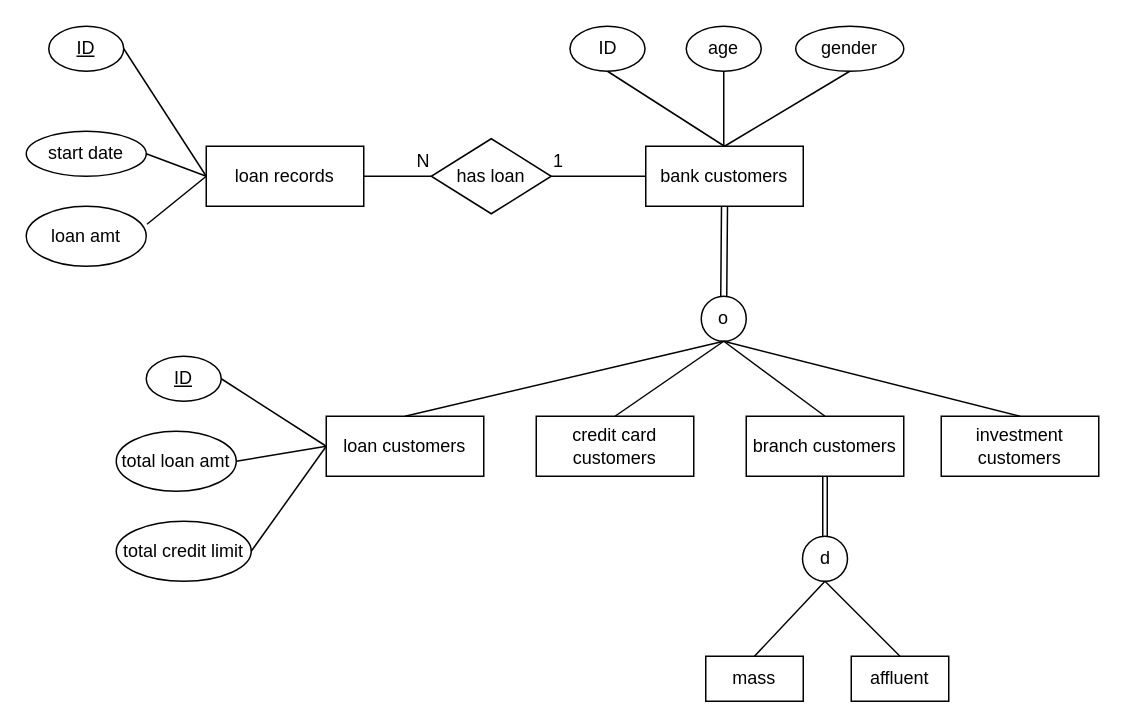
This is Homeworks/hw1.drawio from qqaazz800624/2023_Database_Systems_SQLtoNoSQL, a draw.io file, before an edit. Source tidied: cells renumbered, new cells numbered last; positions are measured from the earlier drawing's top-left corner, leaving out a move shared by most shapes. Both pictures are drawn from the tidied source at 150%, with x=0, y=0 at pixel (26, 26).
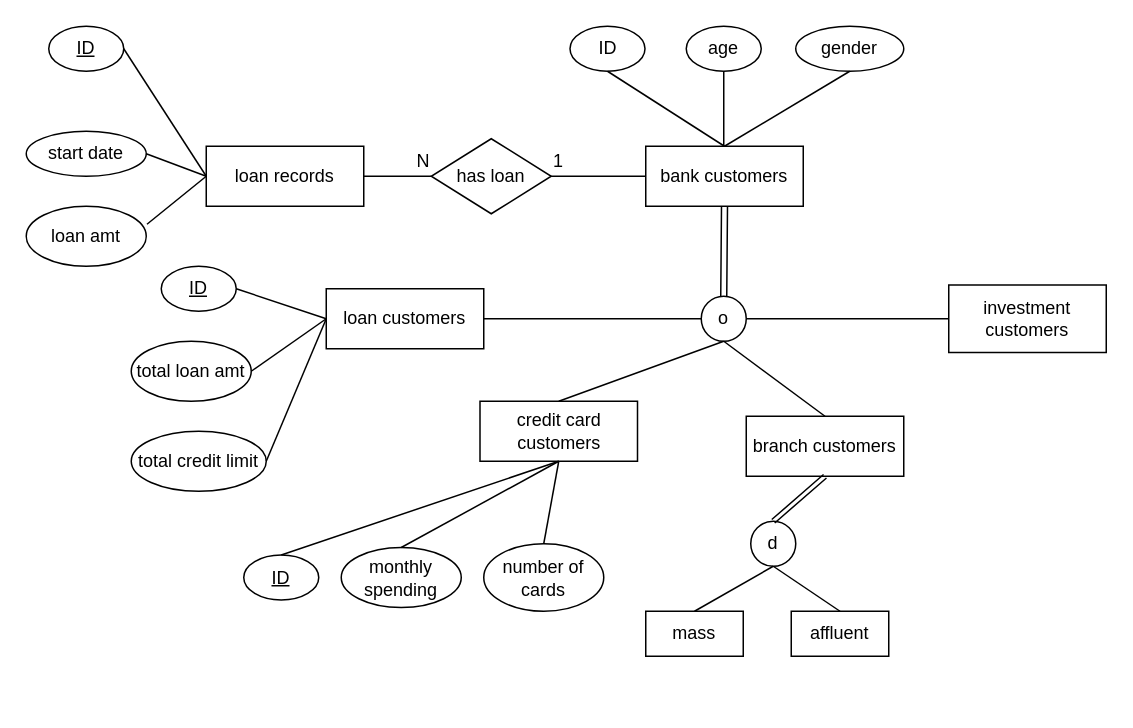
The same page after the edit.

The change refers to these unchanged cells:
```xml
<mxCell id="6" value="o" style="ellipse;whiteSpace=wrap;html=1;" parent="1" vertex="1">
  <mxGeometry x="450" y="180" width="30" height="30" as="geometry" />
</mxCell>
```

The edit, as a diff of the source:
```diff
@@
     <mxCell id="3" value="credit card customers" style="rounded=0;whiteSpace=wrap;html=1;" parent="1" vertex="1">
-      <mxGeometry x="340" y="260" width="105" height="40" as="geometry" />
+      <mxGeometry x="302.5" y="250" width="105" height="40" as="geometry" />
     </mxCell>
@@
     <mxCell id="5" value="investment customers" style="rounded=0;whiteSpace=wrap;html=1;" parent="1" vertex="1">
-      <mxGeometry x="610" y="260" width="105" height="40" as="geometry" />
+      <mxGeometry x="615" y="172.5" width="105" height="45" as="geometry" />
     </mxCell>
@@
-    <mxCell id="7" style="endArrow=none;html=1;rounded=0;exitX=0.5;exitY=0;exitDx=0;exitDy=0;entryX=0.5;entryY=1;entryDx=0;entryDy=0;" parent="1" edge="1" source="25" target="6">
+    <mxCell id="7" style="endArrow=none;html=1;rounded=0;entryX=0;entryY=0.5;entryDx=0;entryDy=0;exitX=1;exitY=0.5;exitDx=0;exitDy=0;" parent="1" edge="1" source="25" target="6">
       <mxGeometry relative="1" as="geometry" />
     </mxCell>
@@
-    <mxCell id="10" style="endArrow=none;html=1;rounded=0;entryX=0.5;entryY=1;entryDx=0;entryDy=0;exitX=0.5;exitY=0;exitDx=0;exitDy=0;" parent="1" edge="1" source="5" target="6">
+    <mxCell id="10" style="endArrow=none;html=1;rounded=0;entryX=1;entryY=0.5;entryDx=0;entryDy=0;exitX=0;exitY=0.5;exitDx=0;exitDy=0;" parent="1" edge="1" source="5" target="6">
       <mxGeometry relative="1" as="geometry" />
     </mxCell>
@@
     <mxCell id="18" value="d" style="ellipse;whiteSpace=wrap;html=1;" parent="1" vertex="1">
-      <mxGeometry x="517.5" y="340" width="30" height="30" as="geometry" />
+      <mxGeometry x="483" y="330" width="30" height="30" as="geometry" />
     </mxCell>
     <mxCell id="19" value="mass" style="rounded=0;whiteSpace=wrap;html=1;" parent="1" vertex="1">
-      <mxGeometry x="453" y="420" width="65" height="30" as="geometry" />
+      <mxGeometry x="413" y="390" width="65" height="30" as="geometry" />
     </mxCell>
     <mxCell id="20" value="affluent" style="rounded=0;whiteSpace=wrap;html=1;" parent="1" vertex="1">
-      <mxGeometry x="550" y="420" width="65" height="30" as="geometry" />
+      <mxGeometry x="510" y="390" width="65" height="30" as="geometry" />
     </mxCell>
@@
     <mxCell id="25" value="loan customers" style="rounded=0;whiteSpace=wrap;html=1;" parent="1" vertex="1">
-      <mxGeometry x="200" y="260" width="105" height="40" as="geometry" />
+      <mxGeometry x="200" y="175" width="105" height="40" as="geometry" />
     </mxCell>
     <mxCell id="26" value="&lt;u&gt;ID&lt;/u&gt;" style="ellipse;whiteSpace=wrap;html=1;" parent="1" vertex="1">
-      <mxGeometry x="80" y="220" width="50" height="30" as="geometry" />
+      <mxGeometry x="90" y="160" width="50" height="30" as="geometry" />
     </mxCell>
     <mxCell id="27" value="total loan amt" style="ellipse;whiteSpace=wrap;html=1;" parent="1" vertex="1">
-      <mxGeometry x="60" y="270" width="80" height="40" as="geometry" />
+      <mxGeometry x="70" y="210" width="80" height="40" as="geometry" />
     </mxCell>
     <mxCell id="28" value="total credit limit" style="ellipse;whiteSpace=wrap;html=1;" parent="1" vertex="1">
-      <mxGeometry x="60" y="330" width="90" height="40" as="geometry" />
+      <mxGeometry x="70" y="270" width="90" height="40" as="geometry" />
     </mxCell>
@@
+    <mxCell id="43" value="&lt;u&gt;ID&lt;/u&gt;" style="ellipse;whiteSpace=wrap;html=1;" parent="1" vertex="1">
+      <mxGeometry x="145" y="352.5" width="50" height="30" as="geometry" />
+    </mxCell>
+    <mxCell id="44" value="monthly spending" style="ellipse;whiteSpace=wrap;html=1;" parent="1" vertex="1">
+      <mxGeometry x="210" y="347.5" width="80" height="40" as="geometry" />
+    </mxCell>
+    <mxCell id="45" value="number of cards" style="ellipse;whiteSpace=wrap;html=1;" parent="1" vertex="1">
+      <mxGeometry x="305" y="345" width="80" height="45" as="geometry" />
+    </mxCell>
+    <mxCell id="46" style="edgeStyle=orthogonalEdgeStyle;rounded=0;orthogonalLoop=1;jettySize=auto;html=1;exitX=0.5;exitY=1;exitDx=0;exitDy=0;" parent="1" edge="1" source="44" target="44">
+      <mxGeometry relative="1" as="geometry" />
+    </mxCell>
+    <mxCell id="47" style="endArrow=none;html=1;rounded=0;exitX=0.5;exitY=1;exitDx=0;exitDy=0;entryX=0.5;entryY=0;entryDx=0;entryDy=0;" parent="1" edge="1" source="3" target="43">
+      <mxGeometry relative="1" as="geometry" />
+    </mxCell>
+    <mxCell id="48" style="endArrow=none;html=1;rounded=0;exitX=0.5;exitY=1;exitDx=0;exitDy=0;entryX=0.5;entryY=0;entryDx=0;entryDy=0;" parent="1" edge="1" source="3" target="44">
+      <mxGeometry relative="1" as="geometry" />
+    </mxCell>
+    <mxCell id="49" style="endArrow=none;html=1;rounded=0;entryX=0.5;entryY=0;entryDx=0;entryDy=0;exitX=0.5;exitY=1;exitDx=0;exitDy=0;" parent="1" edge="1" source="3" target="45">
+      <mxGeometry relative="1" as="geometry" />
+    </mxCell>
```
